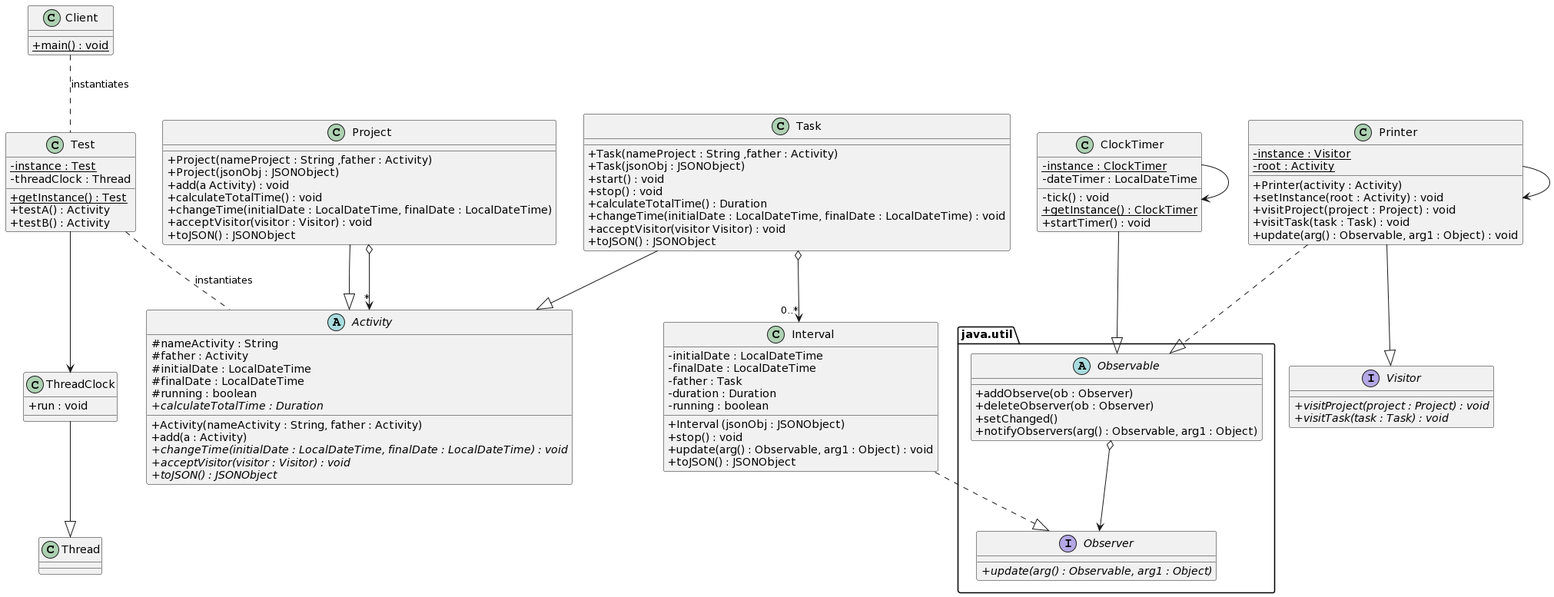
The PlantUML diagram Diagrama practica DS PLANTUML.png in carlosereyese/PracticaDS, before a commit.
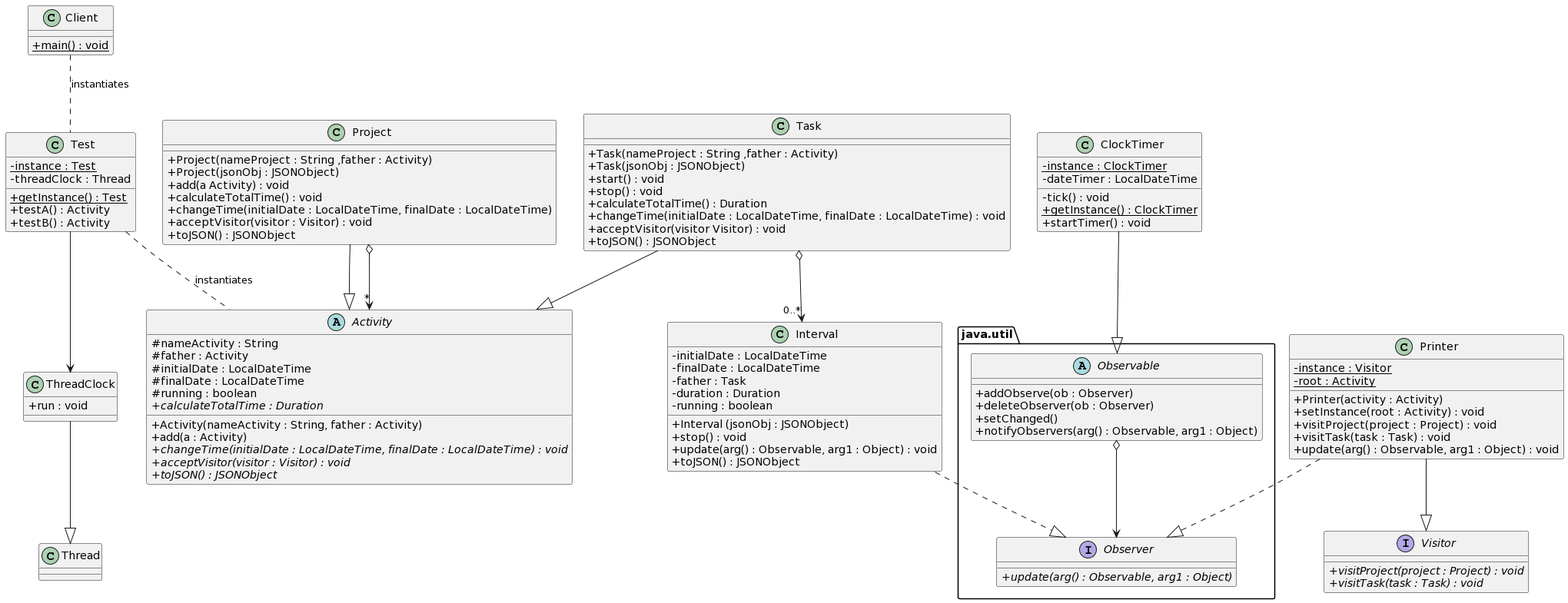
The same file after the commit.

Commit message:
Versión 5.1: Diagrama UML modificat

The edit, as a diff of the source:
```diff
@@ -129,8 +129,6 @@
 Interval ..|> Observer
 Observable o--> Observer
 ClockTimer --|> Observable
-ClockTimer --> ClockTimer
-Printer --> Printer
 Printer --|> Visitor
-Printer ..|> Observable
+Printer ..|> Observer
 @enduml
```
